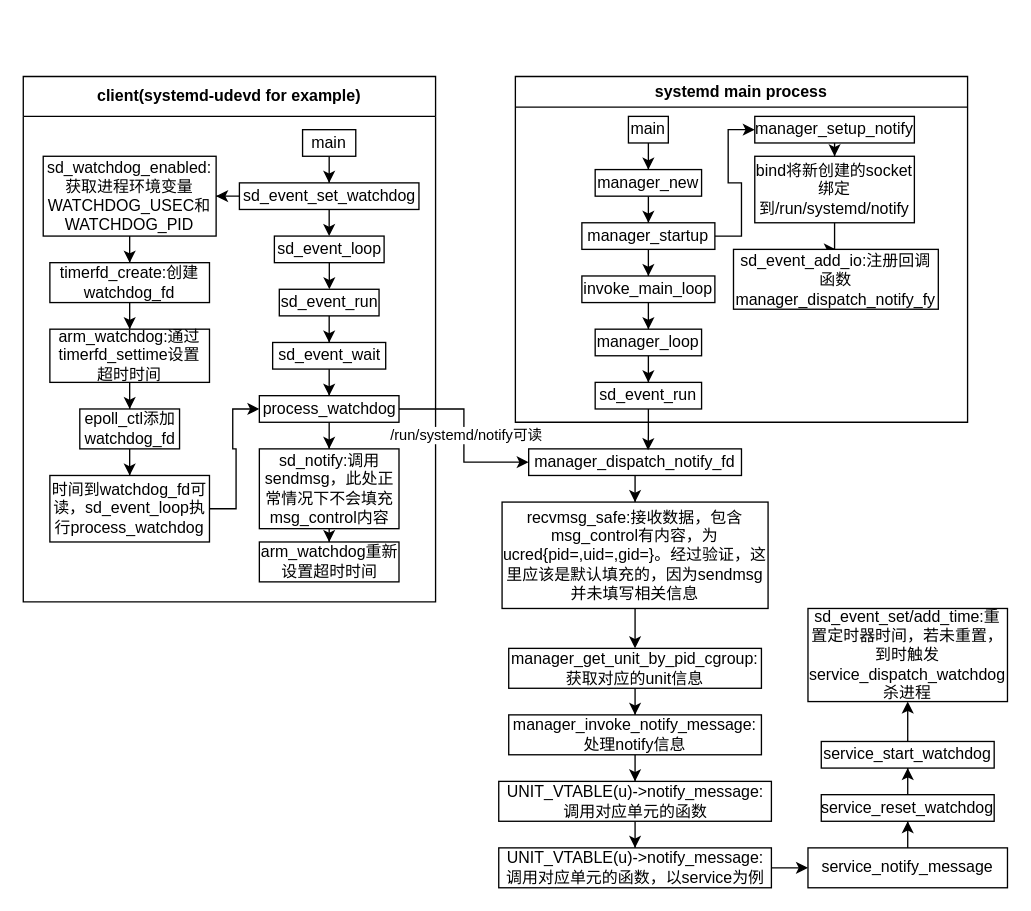
Above: systemd/code_read/watchdog/systemd_watchdog.drawio in syyhao1994/shenyangyang.github.io (draw.io), before the change. Source tidied: cells renumbered, new cells numbered last; positions are measured from the earlier drawing's top-left corner, leaving out a move shared by most shapes. Both pictures are drawn from the tidied source at 133%, with x=0, y=0 at pixel (23, 76).
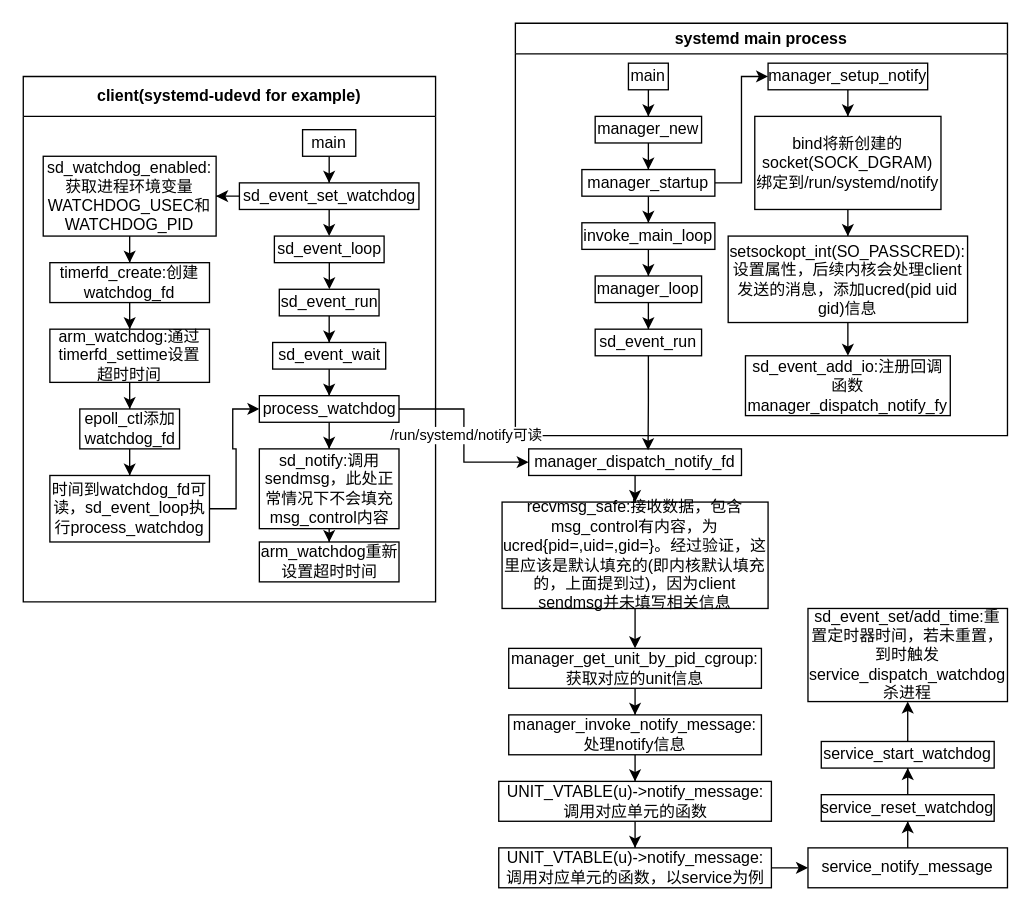
The same page after the edit.

What changed in the source:
```diff
@@
     <mxCell id="2" value="systemd main process" style="swimlane;whiteSpace=wrap;html=1;" parent="1" vertex="1">
-      <mxGeometry x="370" width="340" height="260" as="geometry" />
+      <mxGeometry x="370" y="-40" width="370" height="310" as="geometry" />
     </mxCell>
@@
     <mxCell id="16" value="manager_setup_notify" style="whiteSpace=wrap;html=1;" parent="2" vertex="1">
-      <mxGeometry x="180" y="30" width="120" height="20" as="geometry" />
+      <mxGeometry x="190" y="30" width="120" height="20" as="geometry" />
     </mxCell>
-    <mxCell id="17" style="edgeStyle=orthogonalEdgeStyle;rounded=0;jettySize=auto;html=1;" parent="2" edge="1" source="18" target="19">
-      <mxGeometry relative="1" as="geometry" />
-    </mxCell>
+    <mxCell id="69" style="edgeStyle=orthogonalEdgeStyle;rounded=0;jettySize=auto;html=1;" parent="2" edge="1" source="18" target="71">
+      <mxGeometry relative="1" as="geometry" />
+    </mxCell>
-    <mxCell id="18" value="bind将新创建的socket绑定到/run/systemd/notify" style="whiteSpace=wrap;html=1;" parent="2" vertex="1">
-      <mxGeometry x="180" y="60" width="120" height="50" as="geometry" />
+    <mxCell id="18" value="bind将新创建的socket(SOCK_DGRAM)绑定到/run/systemd/notify" style="whiteSpace=wrap;html=1;" parent="2" vertex="1">
+      <mxGeometry x="180" y="70" width="140" height="70" as="geometry" />
     </mxCell>
+    <mxCell id="70" style="edgeStyle=orthogonalEdgeStyle;rounded=0;jettySize=auto;html=1;" parent="2" edge="1" source="71" target="19">
+      <mxGeometry relative="1" as="geometry" />
+    </mxCell>
+    <mxCell id="71" value="setsockopt_int(SO_PASSCRED):设置属性，后续内核会处理client发送的消息，添加ucred(pid uid gid)信息" style="whiteSpace=wrap;html=1;" parent="2" vertex="1">
+      <mxGeometry x="160" y="160" width="180" height="65" as="geometry" />
+    </mxCell>
     <mxCell id="19" value="sd_event_add_io:注册回调函数&lt;br&gt;manager_dispatch_notify_fy" style="whiteSpace=wrap;html=1;" parent="2" vertex="1">
-      <mxGeometry x="164" y="130" width="154" height="45" as="geometry" />
+      <mxGeometry x="173" y="250" width="154" height="45" as="geometry" />
     </mxCell>
@@
-    <mxCell id="53" value="recvmsg_safe:接收数据，包含msg_control有内容，为ucred{pid=,uid=,gid=}。经过验证，这里应该是默认填充的，因为sendmsg并未填写相关信息" style="rounded=0;whiteSpace=wrap;html=1;" parent="1" vertex="1">
+    <mxCell id="53" value="recvmsg_safe:接收数据，包含msg_control有内容，为ucred{pid=,uid=,gid=}。经过验证，这里应该是默认填充的(即内核默认填充的，上面提到过)，因为client sendmsg并未填写相关信息" style="rounded=0;whiteSpace=wrap;html=1;" parent="1" vertex="1">
       <mxGeometry x="360" y="320" width="200" height="80" as="geometry" />
     </mxCell>
```
